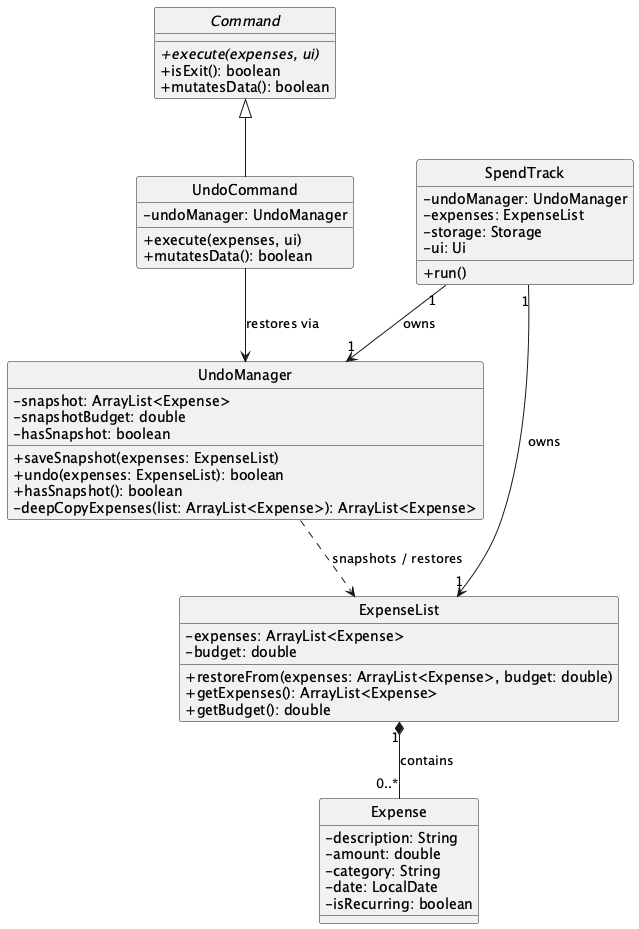
The PlantUML diagram docs/images/UndoClassDiagram.png in AbhijitBalajee/tp, before a commit. Its diagram source:
```plantuml
@startuml
!define BGCOLOR white
skinparam backgroundColor BGCOLOR
skinparam classAttributeIconSize 0
hide circle

abstract class Command {
    + {abstract} execute(expenses, ui)
    + isExit(): boolean
    + mutatesData(): boolean
}

class UndoCommand {
    - undoManager: UndoManager
    + execute(expenses, ui)
    + mutatesData(): boolean
}

class UndoManager {
    - snapshot: ArrayList<Expense>
    - snapshotBudget: double
    - hasSnapshot: boolean
    + saveSnapshot(expenses: ExpenseList)
    + undo(expenses: ExpenseList): boolean
    + hasSnapshot(): boolean
    - deepCopyExpenses(list: ArrayList<Expense>): ArrayList<Expense>
}

class SpendTrack {
    - undoManager: UndoManager
    - expenses: ExpenseList
    - storage: Storage
    - ui: Ui
    + run()
}

class ExpenseList {
    - expenses: ArrayList<Expense>
    - budget: double
    + restoreFrom(expenses: ArrayList<Expense>, budget: double)
    + getExpenses(): ArrayList<Expense>
    + getBudget(): double
}

class Expense {
    - description: String
    - amount: double
    - category: String
    - date: LocalDate
    - isRecurring: boolean
}

Command <|-- UndoCommand
UndoCommand --> UndoManager : restores via
SpendTrack "1" --> "1" UndoManager : owns
SpendTrack "1" --> "1" ExpenseList : owns
UndoManager ..> ExpenseList : snapshots / restores
ExpenseList "1" *-- "0..*" Expense : contains
@enduml
```
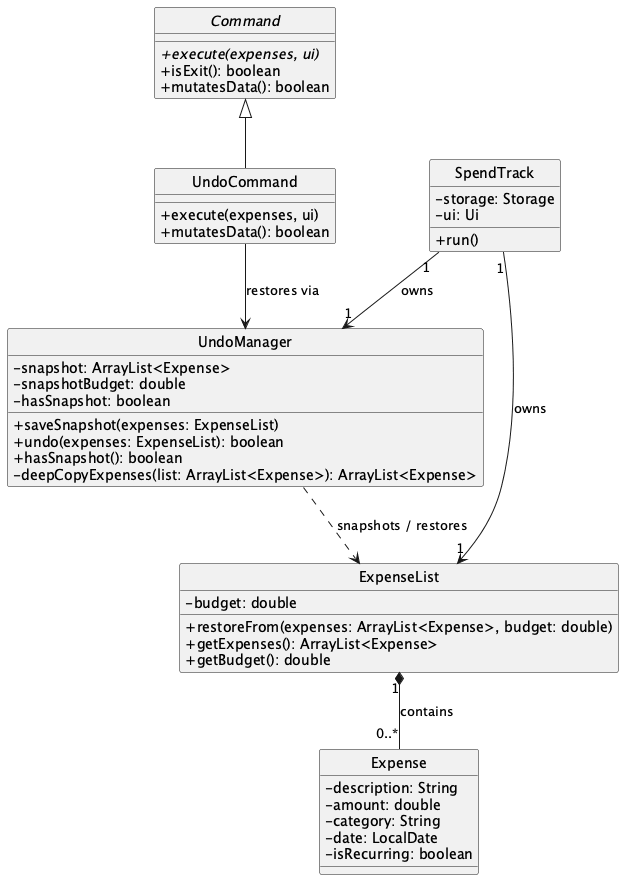
The same file after the commit.

Change to the diagram source:
```diff
@@ -11,7 +11,6 @@
 }
 
 class UndoCommand {
-    - undoManager: UndoManager
     + execute(expenses, ui)
     + mutatesData(): boolean
 }
@@ -27,15 +26,12 @@
 }
 
 class SpendTrack {
-    - undoManager: UndoManager
-    - expenses: ExpenseList
     - storage: Storage
     - ui: Ui
     + run()
 }
 
 class ExpenseList {
-    - expenses: ArrayList<Expense>
     - budget: double
     + restoreFrom(expenses: ArrayList<Expense>, budget: double)
     + getExpenses(): ArrayList<Expense>
```
